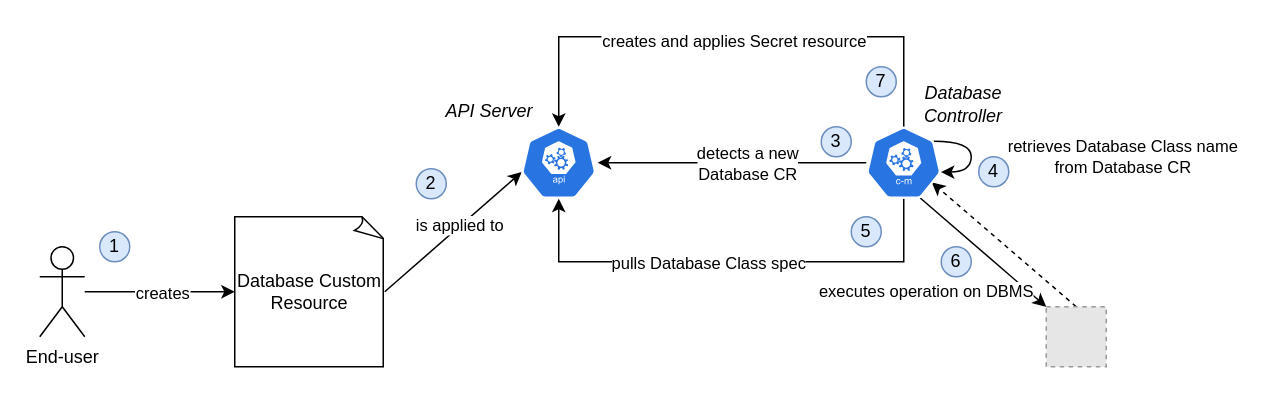
criscola/kubernetes-dbaas keeps this draw.io diagram as docs/resources/database_resource_apply.drawio. Above is the earlier version. Source tidied: cells renumbered, new cells numbered last; positions are measured from the earlier drawing's top-left corner, leaving out a move shared by most shapes. Both pictures are drawn from the tidied source at 150%, with x=0, y=0 at pixel (39, 36). Pictures stored in the file or linked from it are replaced by grey dashed boxes.
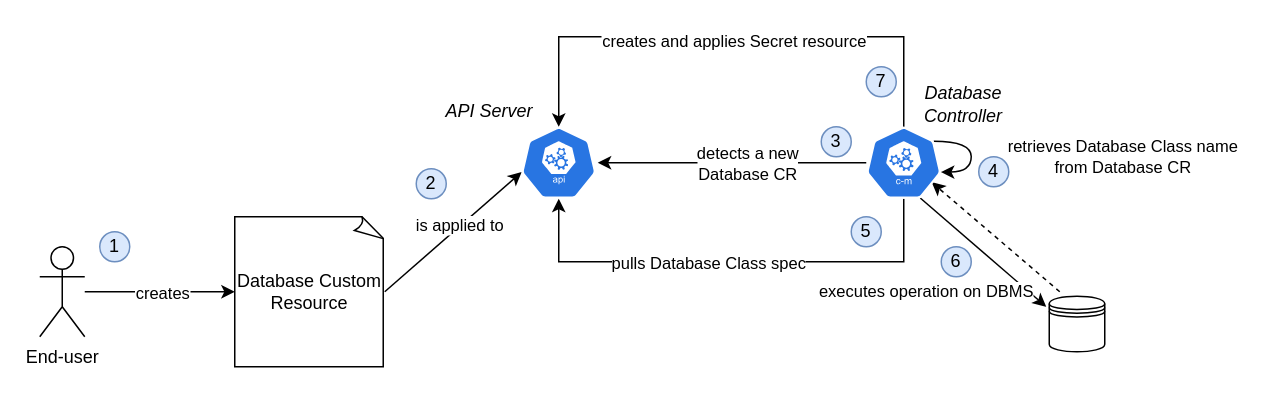
After the change.

The change refers to these unchanged cells:
```xml
<mxCell id="20" style="html=1;dashed=0;whitespace=wrap;fillColor=#2875E2;strokeColor=#ffffff;points=[[0.005,0.63,0],[0.1,0.2,0],[0.9,0.2,0],[0.5,0,0],[0.995,0.63,0],[0.72,0.99,0],[0.5,1,0],[0.28,0.99,0]];shape=mxgraph.kubernetes.icon;prIcon=c_m;" parent="1" vertex="1">
  <mxGeometry x="551" y="60" width="50" height="48" as="geometry" />
</mxCell>
```

What changed in the source:
```diff
@@
-    <mxCell id="2" style="edgeStyle=none;rounded=0;jettySize=auto;html=1;exitX=0.5;exitY=0;exitDx=0;exitDy=0;entryX=0.873;entryY=0.771;entryDx=0;entryDy=0;entryPerimeter=0;dashed=1;" parent="1" edge="1" source="27" target="20">
-      <mxGeometry relative="1" as="geometry" />
+    <mxCell id="2" style="edgeStyle=none;rounded=0;jettySize=auto;html=1;entryX=0.873;entryY=0.771;entryDx=0;entryDy=0;entryPerimeter=0;dashed=1;" parent="1" edge="1" target="20">
+      <mxGeometry relative="1" as="geometry">
+        <mxPoint x="680" y="170" as="sourcePoint" />
+      </mxGeometry>
     </mxCell>
@@
-    <mxCell id="27" style="fillColor=#E6E6E6;strokeColor=#999999;dashed=1;html=1;verticalAlign=top;verticalLabelPosition=bottom;labelBackgroundColor=#ffffff;" parent="1" vertex="1">
-      <mxGeometry x="671" y="180" width="40" height="40" as="geometry" />
-    </mxCell>
@@
+    <mxCell id="31" style="shape=datastore;whiteSpace=wrap;html=1;" parent="1" vertex="1">
+      <mxGeometry x="673" y="173" width="37" height="37" as="geometry" />
+    </mxCell>
```
